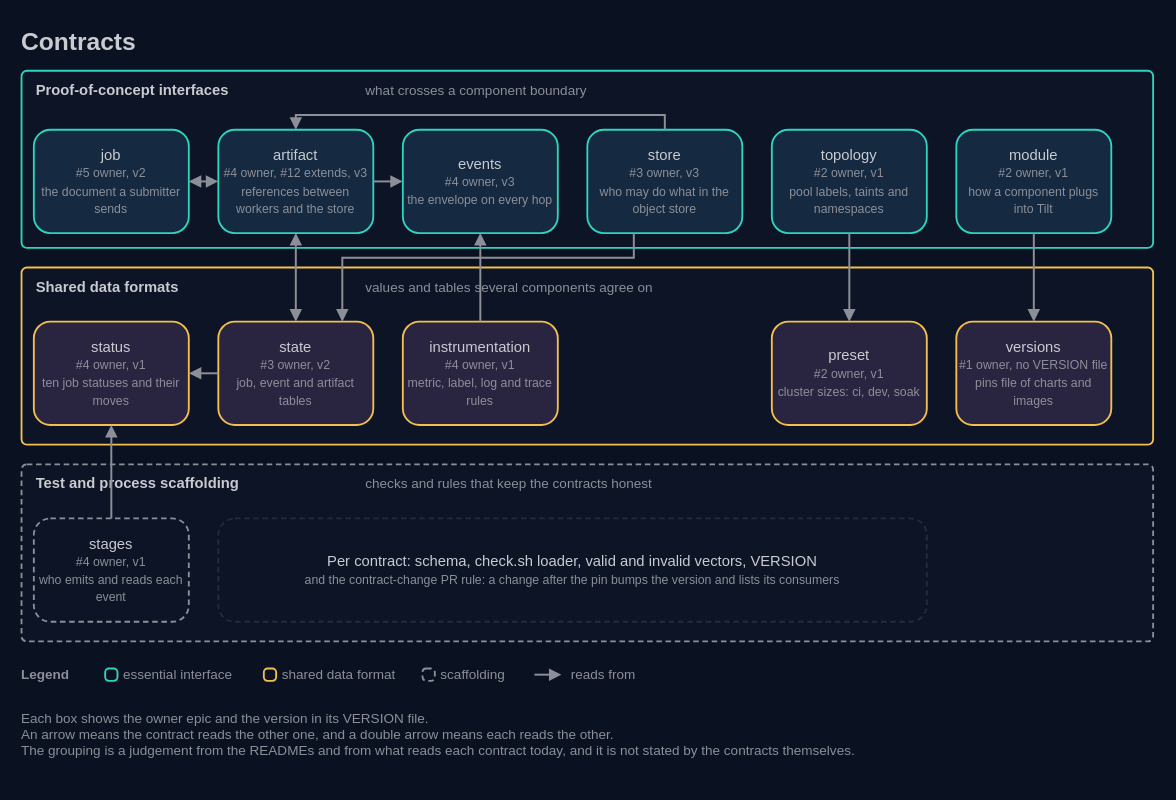
Earlier version of the draw.io diagram docs/architecture/15-contracts.drawio (AndoNorth/wasm-dag-forge). Source tidied: cells renumbered, new cells numbered last; positions are measured from the earlier drawing's top-left corner, leaving out a move shared by most shapes. Both pictures are drawn from the tidied source at 123%, with x=0, y=0 at pixel (21, 21).
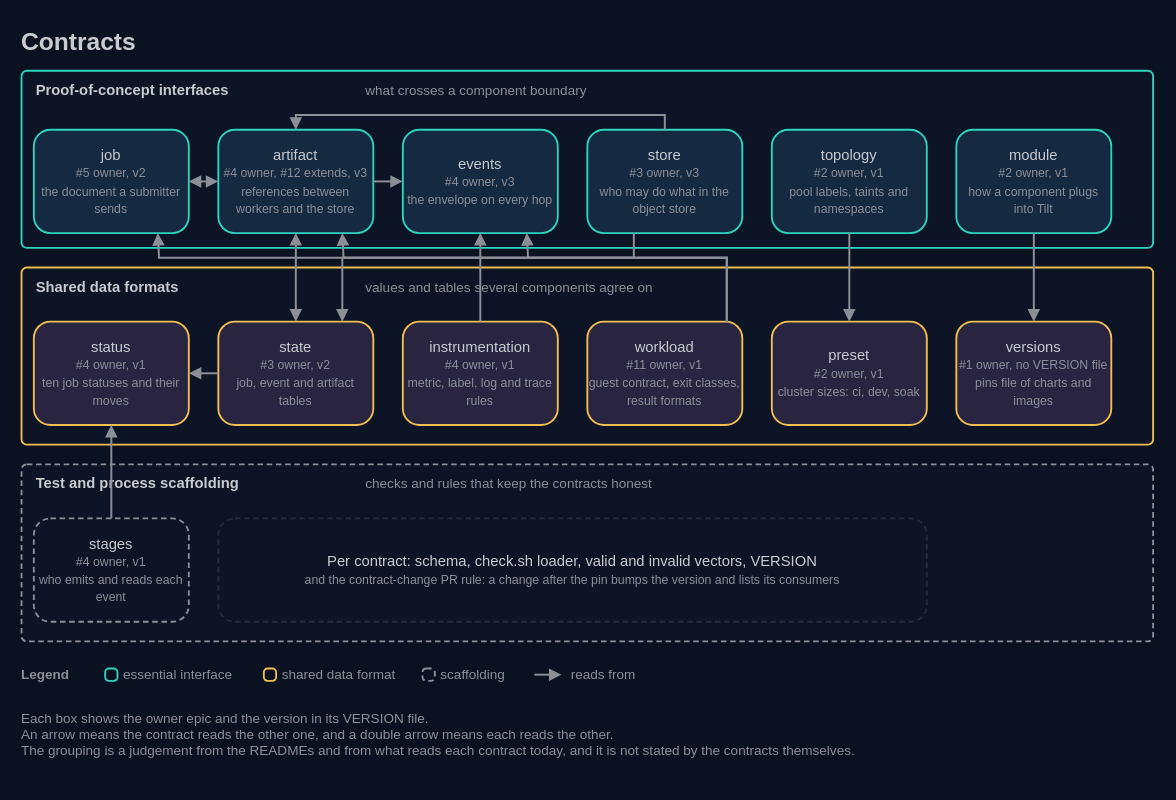
The same diagram, later.

The change refers to these unchanged cells:
```xml
<mxCell id="12" value="job&lt;br&gt;&lt;font color=&quot;#8c8f98&quot; style=&quot;font-size:10px&quot;&gt;#5 owner, v2&lt;br&gt;the document a submitter sends&lt;/font&gt;" style="rounded=1;arcSize=16;html=1;whiteSpace=wrap;fillColor=#152940;strokeColor=#2fd4bf;strokeWidth=1.5;fontColor=#c9cbd0;fontSize=12;fontFamily=IBM Plex Sans;align=center;verticalAlign=middle;" parent="1" vertex="1">
  <mxGeometry x="10" y="88" width="126" height="84" as="geometry" />
</mxCell>
<mxCell id="13" value="artifact&lt;br&gt;&lt;font color=&quot;#8c8f98&quot; style=&quot;font-size:10px&quot;&gt;#4 owner, #12 extends, v3&lt;br&gt;references between workers and the store&lt;/font&gt;" style="rounded=1;arcSize=16;html=1;whiteSpace=wrap;fillColor=#152940;strokeColor=#2fd4bf;strokeWidth=1.5;fontColor=#c9cbd0;fontSize=12;fontFamily=IBM Plex Sans;align=center;verticalAlign=middle;" parent="1" vertex="1">
  <mxGeometry x="160" y="88" width="126" height="84" as="geometry" />
</mxCell>
<mxCell id="14" value="events&lt;br&gt;&lt;font color=&quot;#8c8f98&quot; style=&quot;font-size:10px&quot;&gt;#4 owner, v3&lt;br&gt;the envelope on every hop&lt;/font&gt;" style="rounded=1;arcSize=16;html=1;whiteSpace=wrap;fillColor=#152940;strokeColor=#2fd4bf;strokeWidth=1.5;fontColor=#c9cbd0;fontSize=12;fontFamily=IBM Plex Sans;align=center;verticalAlign=middle;" parent="1" vertex="1">
  <mxGeometry x="310" y="88" width="126" height="84" as="geometry" />
</mxCell>
```

The edit, as a diff of the source:
```diff
@@
+    <mxCell id="45" value="workload&lt;br&gt;&lt;font color=&quot;#8c8f98&quot; style=&quot;font-size:10px&quot;&gt;#11 owner, v1&lt;br&gt;guest contract, exit classes, result formats&lt;/font&gt;" style="rounded=1;arcSize=16;html=1;whiteSpace=wrap;fillColor=#292541;strokeColor=#f4bf51;strokeWidth=1.5;fontColor=#c9cbd0;fontSize=12;fontFamily=IBM Plex Sans;align=center;verticalAlign=middle;" parent="1" vertex="1">
+      <mxGeometry x="460" y="244" width="126" height="84" as="geometry" />
+    </mxCell>
+    <mxCell id="46" style="endArrow=block;endFill=1;startArrow=none;startFill=1;html=1;rounded=0;strokeColor=#8c8f98;strokeWidth=1.6;exitX=0.9;exitY=0;exitDx=0;exitDy=0;entryX=0.8;entryY=1;entryDx=0;entryDy=0;" parent="1" edge="1" source="45" target="14">
+      <mxGeometry relative="1" as="geometry">
+        <Array as="points">
+          <mxPoint x="573.4" y="192" />
+          <mxPoint x="411.8" y="192" />
+        </Array>
+      </mxGeometry>
+    </mxCell>
+    <mxCell id="47" style="endArrow=block;endFill=1;startArrow=none;startFill=1;html=1;rounded=0;strokeColor=#8c8f98;strokeWidth=1.6;exitX=0.9;exitY=0;exitDx=0;exitDy=0;entryX=0.8;entryY=1;entryDx=0;entryDy=0;" parent="1" edge="1" source="45" target="13">
+      <mxGeometry relative="1" as="geometry">
+        <Array as="points">
+          <mxPoint x="573.4" y="192" />
+          <mxPoint x="261.8" y="192" />
+        </Array>
+      </mxGeometry>
+    </mxCell>
+    <mxCell id="48" style="endArrow=block;endFill=1;startArrow=none;startFill=1;html=1;rounded=0;strokeColor=#8c8f98;strokeWidth=1.6;exitX=0.9;exitY=0;exitDx=0;exitDy=0;entryX=0.8;entryY=1;entryDx=0;entryDy=0;" parent="1" edge="1" source="45" target="12">
+      <mxGeometry relative="1" as="geometry">
+        <Array as="points">
+          <mxPoint x="573.4" y="192" />
+          <mxPoint x="111.8" y="192" />
+        </Array>
+      </mxGeometry>
+    </mxCell>
```
